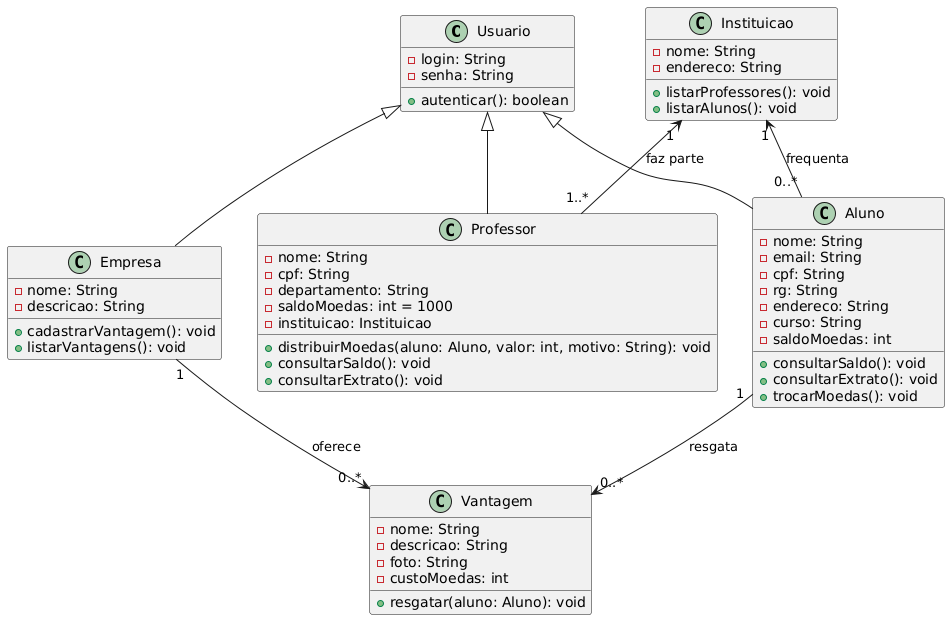
This is project/img/Diagrama de Classes.png from philmelo66/G6-LabDevSoft-3, a PlantUML export, as it was before one commit. Its diagram source:
```plantuml
@startuml
class Usuario {
  - login: String
  - senha: String
  + autenticar(): boolean
}

class Aluno extends Usuario{
  - nome: String
  - email: String
  - cpf: String
  - rg: String
  - endereco: String
  - curso: String
  - saldoMoedas: int
  + consultarSaldo(): void
  + consultarExtrato(): void
  + trocarMoedas(): void
}

class Professor extends Usuario{
  - nome: String
  - cpf: String
  - departamento: String
  - saldoMoedas: int = 1000
  - instituicao: Instituicao
  + distribuirMoedas(aluno: Aluno, valor: int, motivo: String): void
  + consultarSaldo(): void
  + consultarExtrato(): void
}


class Empresa extends Usuario{
  - nome: String
  - descricao: String
  + cadastrarVantagem(): void
  + listarVantagens(): void
}

class Instituicao {
  - nome: String
  - endereco: String
  + listarProfessores(): void
  + listarAlunos(): void
}

class Vantagem {
  - nome: String
  - descricao: String
  - foto: String
  - custoMoedas: int
  + resgatar(aluno: Aluno): void
}

Instituicao "1" <-- "0..*" Aluno : "frequenta"
Instituicao "1" <-- "1..*" Professor : "faz parte"
Aluno "1" --> "0..*" Vantagem : "resgata"
Empresa "1" --> "0..*" Vantagem : "oferece"
@enduml
```
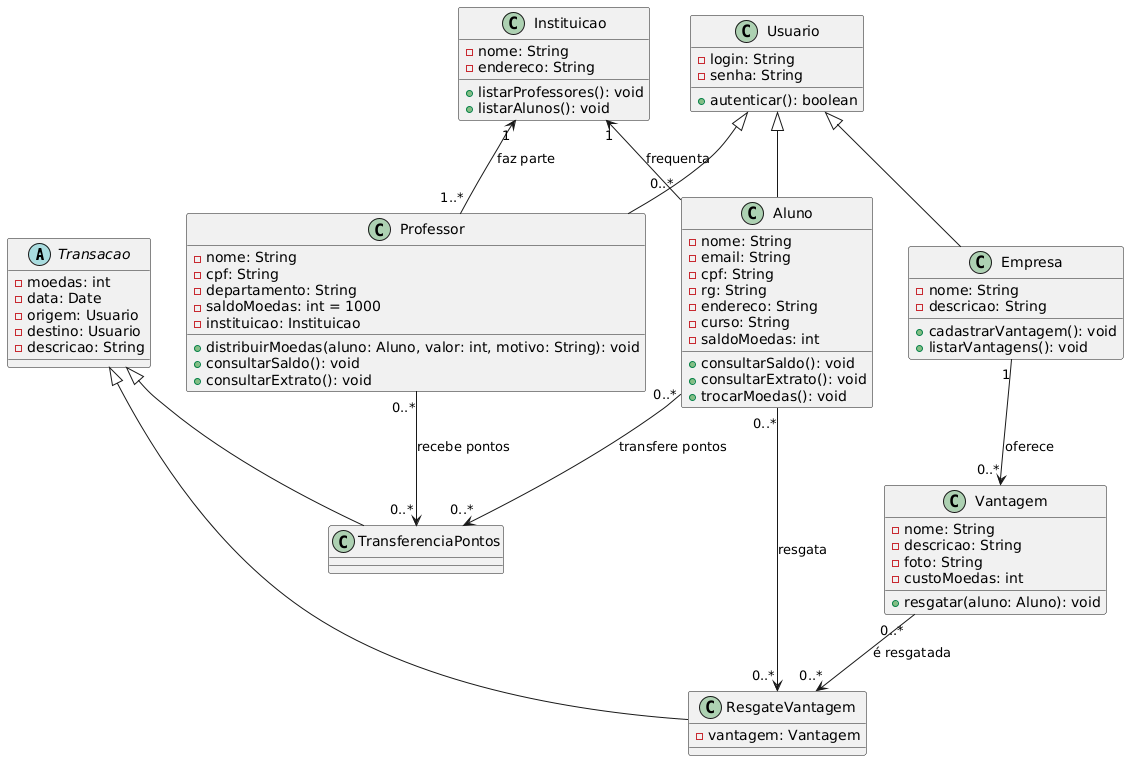
Above is the later version.

What changed in the source:
```diff
@@ -1,11 +1,26 @@
 @startuml
+abstract class Transacao {
+  - moedas: int
+  - data: Date
+  - origem: Usuario
+  - destino: Usuario
+  - descricao: String
+}
+
+class TransferenciaPontos extends Transacao {
+}
+
+class ResgateVantagem extends Transacao {
+  - vantagem: Vantagem
+}
+
 class Usuario {
   - login: String
   - senha: String
   + autenticar(): boolean
 }
 
-class Aluno extends Usuario{
+class Aluno extends Usuario {
   - nome: String
   - email: String
   - cpf: String
@@ -18,7 +33,7 @@
   + trocarMoedas(): void
 }
 
-class Professor extends Usuario{
+class Professor extends Usuario {
   - nome: String
   - cpf: String
   - departamento: String
@@ -29,8 +44,7 @@
   + consultarExtrato(): void
 }
 
-
-class Empresa extends Usuario{
+class Empresa extends Usuario {
   - nome: String
   - descricao: String
   + cadastrarVantagem(): void
@@ -54,6 +68,12 @@
 
 Instituicao "1" <-- "0..*" Aluno : "frequenta"
 Instituicao "1" <-- "1..*" Professor : "faz parte"
-Aluno "1" --> "0..*" Vantagem : "resgata"
+
+Aluno "0..*" --> "0..*" TransferenciaPontos : "transfere pontos"
+Professor "0..*" --> "0..*" TransferenciaPontos : "recebe pontos"
+
+Aluno "0..*" --> "0..*" ResgateVantagem : "resgata"
+Vantagem "0..*" --> "0..*" ResgateVantagem : "é resgatada"
+
 Empresa "1" --> "0..*" Vantagem : "oferece"
 @enduml
```
